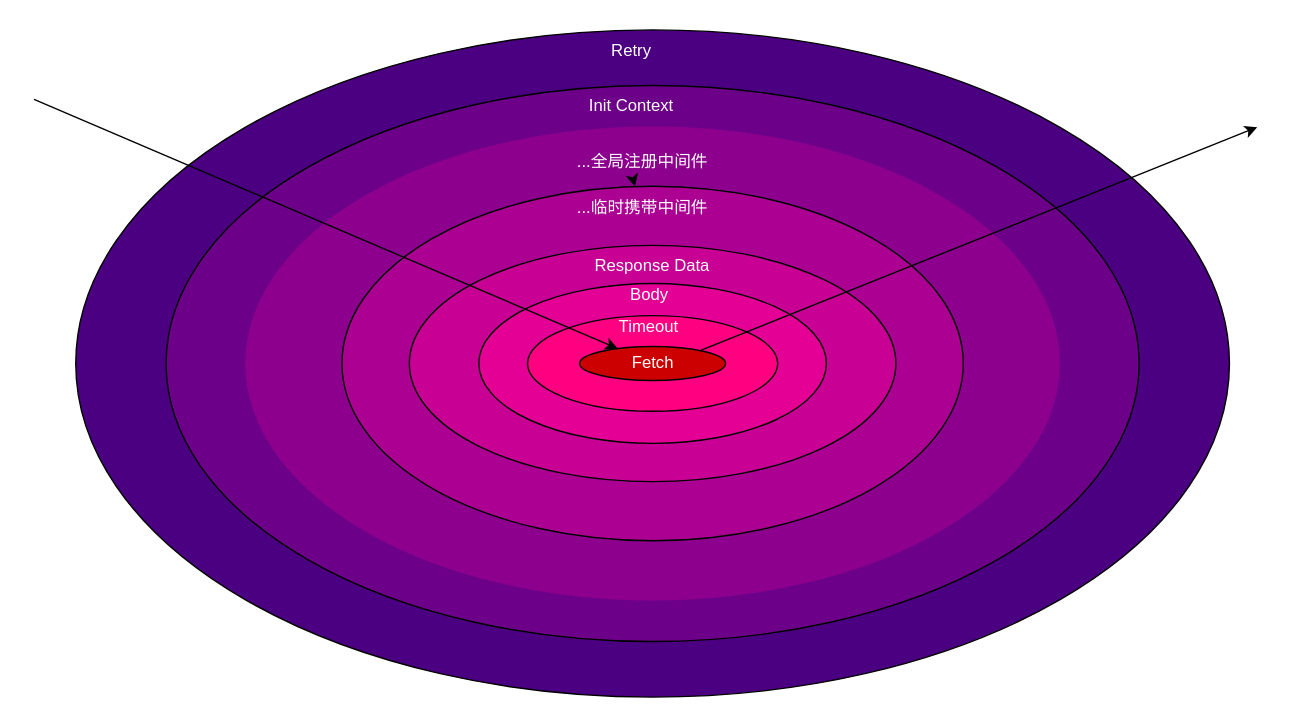
Before: packages/http-svc/dio/wp.drawio in bilibili/http-service, a draw.io diagram. Source tidied: cells renumbered, new cells numbered last; positions are measured from the earlier drawing's top-left corner, leaving out a move shared by most shapes. Both pictures are drawn from the tidied source at 139%, with x=0, y=0 at pixel (33, 29).
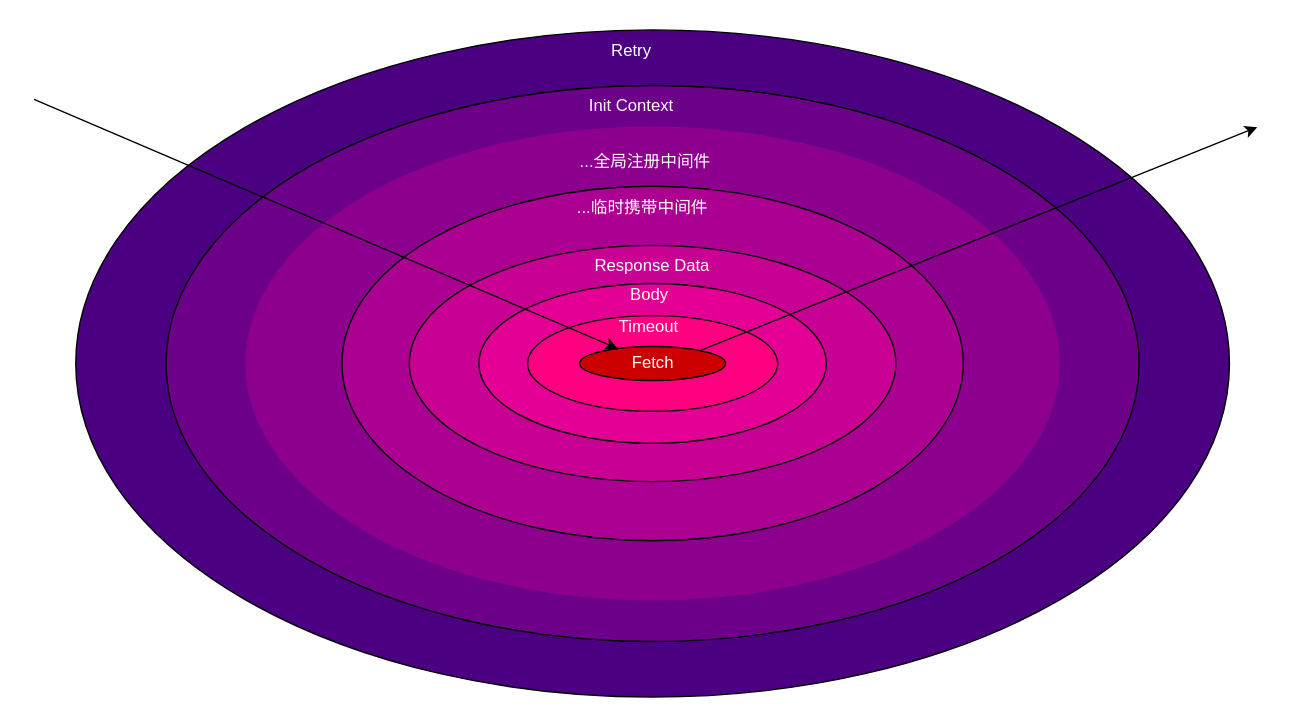
The same diagram, later.

Commit message (it also covers changes not shown here):
docs: ✏️ add vitepress power

The change refers to these unchanged cells:
```xml
<mxCell id="5" style="ellipse;whiteSpace=wrap;html=1;fillColor=#AB0092;" parent="1" vertex="1">
  <mxGeometry x="221.5" y="112.5" width="447" height="255" as="geometry" />
</mxCell>
```

Change to the diagram source:
```diff
@@
-    <mxCell id="12" style="edgeStyle=none;html=1;" parent="1" edge="1" target="5">
-      <mxGeometry relative="1" as="geometry">
-        <mxPoint x="431.6" y="110" as="sourcePoint" />
-      </mxGeometry>
-    </mxCell>
@@
     <mxCell id="17" value="&lt;font color=&quot;#ffffff&quot;&gt;...全局注册中间件&lt;/font&gt;" style="text;html=1;strokeColor=none;fillColor=none;align=center;verticalAlign=middle;whiteSpace=wrap;rounded=0;shadow=1;" parent="1" vertex="1">
-      <mxGeometry x="377.5" y="80" width="120" height="30" as="geometry" />
+      <mxGeometry x="380" y="80" width="120" height="30" as="geometry" />
     </mxCell>
```
